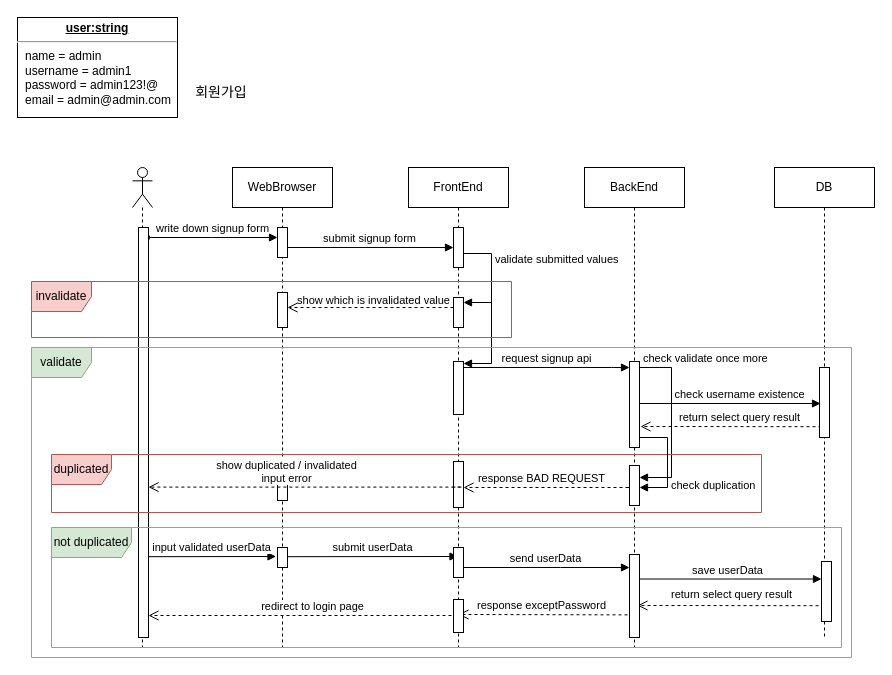
Before: user1차 완료.drawio in sh5080/starRoad, a draw.io diagram. Source tidied: cells renumbered, new cells numbered last; positions are measured from the earlier drawing's top-left corner, leaving out a move shared by most shapes. Both pictures are drawn from the tidied source at 100%, with x=0, y=0 at pixel (17, 17).
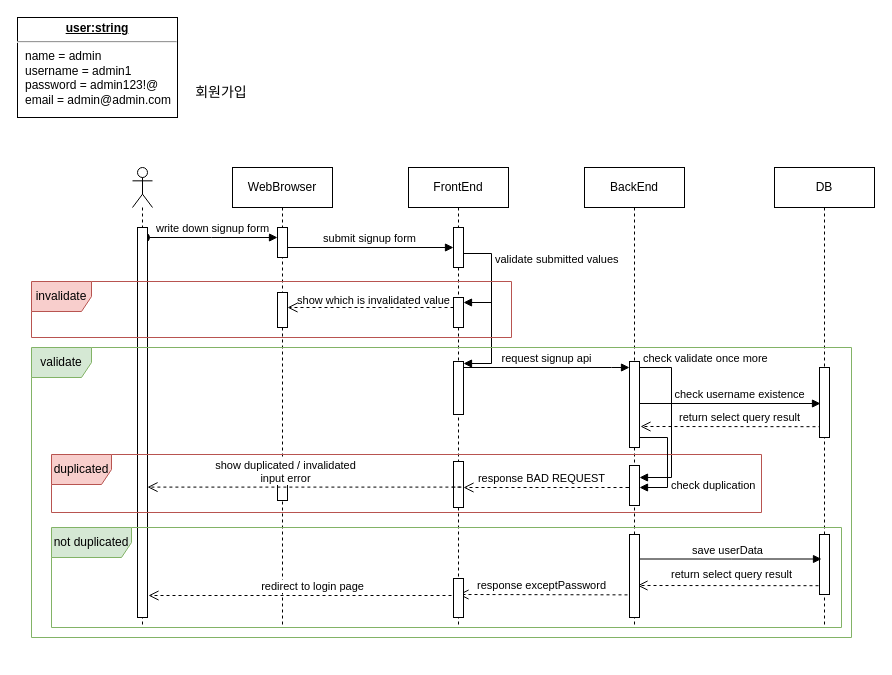
The same diagram, later.

Commit message:
user1차 완료.drawio이 추가되었습니다.

What changed in the source:
```diff
@@
-    <mxCell id="2" value="input validated userData" style="html=1;verticalAlign=bottom;startArrow=none;endArrow=block;startSize=8;edgeStyle=elbowEdgeStyle;elbow=vertical;curved=0;rounded=0;startFill=0;" parent="1" edge="1">
-      <mxGeometry x="0.02" relative="1" as="geometry">
-        <mxPoint x="126" y="539.2" as="sourcePoint" />
-        <mxPoint x="258.5" y="539.4" as="targetPoint" />
-      </mxGeometry>
-    </mxCell>
@@
     <mxCell id="7" value="FrontEnd" style="shape=umlLifeline;perimeter=lifelinePerimeter;whiteSpace=wrap;html=1;outlineConnect=0;portConstraint=eastwest;newEdgeStyle={&quot;edgeStyle&quot;:&quot;elbowEdgeStyle&quot;,&quot;elbow&quot;:&quot;vertical&quot;,&quot;curved&quot;:0,&quot;rounded&quot;:0};" parent="1" vertex="1">
-      <mxGeometry x="391" y="150" width="100" height="480" as="geometry" />
+      <mxGeometry x="391" y="150" width="100" height="460" as="geometry" />
     </mxCell>
@@
     <mxCell id="12" value="BackEnd" style="shape=umlLifeline;perimeter=lifelinePerimeter;whiteSpace=wrap;html=1;newEdgeStyle={&quot;edgeStyle&quot;:&quot;elbowEdgeStyle&quot;,&quot;elbow&quot;:&quot;vertical&quot;,&quot;curved&quot;:0,&quot;rounded&quot;:0};" parent="1" vertex="1">
-      <mxGeometry x="567" y="150" width="100" height="480" as="geometry" />
+      <mxGeometry x="567" y="150" width="100" height="460" as="geometry" />
     </mxCell>
@@
     <mxCell id="16" style="shape=umlLifeline;perimeter=lifelinePerimeter;whiteSpace=wrap;html=1;newEdgeStyle={&quot;edgeStyle&quot;:&quot;elbowEdgeStyle&quot;,&quot;elbow&quot;:&quot;vertical&quot;,&quot;curved&quot;:0,&quot;rounded&quot;:0};participant=umlActor;" parent="1" vertex="1">
-      <mxGeometry x="115" y="150" width="20" height="480" as="geometry" />
+      <mxGeometry x="115" y="150" width="20" height="460" as="geometry" />
     </mxCell>
     <mxCell id="17" style="html=1;points=[];perimeter=orthogonalPerimeter;outlineConnect=0;targetShapes=umlLifeline;portConstraint=eastwest;newEdgeStyle={&quot;edgeStyle&quot;:&quot;elbowEdgeStyle&quot;,&quot;elbow&quot;:&quot;vertical&quot;,&quot;curved&quot;:0,&quot;rounded&quot;:0};" parent="16" vertex="1">
-      <mxGeometry x="6" y="60" width="10" height="410" as="geometry" />
+      <mxGeometry x="5" y="60" width="10" height="390" as="geometry" />
     </mxCell>
@@
     <mxCell id="20" value="WebBrowser" style="shape=umlLifeline;perimeter=lifelinePerimeter;whiteSpace=wrap;html=1;outlineConnect=0;portConstraint=eastwest;newEdgeStyle={&quot;edgeStyle&quot;:&quot;elbowEdgeStyle&quot;,&quot;elbow&quot;:&quot;vertical&quot;,&quot;curved&quot;:0,&quot;rounded&quot;:0};" parent="1" vertex="1">
-      <mxGeometry x="215" y="150" width="100" height="480" as="geometry" />
+      <mxGeometry x="215" y="150" width="100" height="460" as="geometry" />
     </mxCell>
@@
     <mxCell id="22" value="DB" style="shape=umlLifeline;perimeter=lifelinePerimeter;whiteSpace=wrap;html=1;newEdgeStyle={&quot;edgeStyle&quot;:&quot;elbowEdgeStyle&quot;,&quot;elbow&quot;:&quot;vertical&quot;,&quot;curved&quot;:0,&quot;rounded&quot;:0};" parent="1" vertex="1">
-      <mxGeometry x="757" y="150" width="100" height="470" as="geometry" />
+      <mxGeometry x="757" y="150" width="100" height="460" as="geometry" />
     </mxCell>
@@
     <mxCell id="28" value="validate" style="shape=umlFrame;whiteSpace=wrap;html=1;fillColor=#d5e8d4;strokeColor=#82b366;" parent="1" vertex="1">
-      <mxGeometry x="14" y="330" width="820" height="310" as="geometry" />
+      <mxGeometry x="14" y="330" width="820" height="290" as="geometry" />
     </mxCell>
@@
     <mxCell id="36" value="not duplicated" style="shape=umlFrame;whiteSpace=wrap;html=1;fillColor=#d5e8d4;strokeColor=#82b366;width=80;height=30;" parent="1" vertex="1">
-      <mxGeometry x="34" y="510" width="790" height="120" as="geometry" />
+      <mxGeometry x="34" y="510" width="790" height="100" as="geometry" />
     </mxCell>
@@
-    <mxCell id="38" value="send userData" style="html=1;verticalAlign=bottom;startArrow=none;endArrow=block;startSize=8;edgeStyle=elbowEdgeStyle;elbow=vertical;curved=0;rounded=0;startFill=0;" parent="1" edge="1" target="44">
-      <mxGeometry x="0.01" relative="1" as="geometry">
-        <mxPoint x="443" y="550" as="sourcePoint" />
-        <Array as="points">
-          <mxPoint x="543" y="550" />
-        </Array>
-      </mxGeometry>
-    </mxCell>
-    <mxCell id="39" value="submit userData" style="html=1;verticalAlign=bottom;startArrow=none;endArrow=block;startSize=8;edgeStyle=elbowEdgeStyle;elbow=vertical;curved=0;rounded=0;startFill=0;" parent="1" edge="1" target="7">
-      <mxGeometry x="0.02" relative="1" as="geometry">
-        <mxPoint x="266" y="539.2" as="sourcePoint" />
-      </mxGeometry>
-    </mxCell>
     <mxCell id="40" style="html=1;perimeter=orthogonalPerimeter;targetShapes=umlLifeline;newEdgeStyle={&quot;edgeStyle&quot;:&quot;elbowEdgeStyle&quot;,&quot;elbow&quot;:&quot;vertical&quot;,&quot;curved&quot;:0,&quot;rounded&quot;:0};" parent="1" vertex="1">
-      <mxGeometry x="804" y="544" width="10" height="60" as="geometry" />
+      <mxGeometry x="802" y="517" width="10" height="60" as="geometry" />
     </mxCell>
     <mxCell id="41" value="save userData" style="html=1;verticalAlign=bottom;startArrow=none;endArrow=block;startSize=8;edgeStyle=elbowEdgeStyle;elbow=vertical;curved=0;rounded=0;startFill=0;" parent="1" edge="1">
       <mxGeometry x="0.01" relative="1" as="geometry">
-        <mxPoint x="614" y="561.5" as="sourcePoint" />
-        <mxPoint x="804" y="561.5" as="targetPoint" />
+        <mxPoint x="614" y="541.5" as="sourcePoint" />
+        <mxPoint x="804" y="541.5" as="targetPoint" />
         <Array as="points">
-          <mxPoint x="714" y="561.5" />
+          <mxPoint x="714" y="541.5" />
         </Array>
       </mxGeometry>
     </mxCell>
     <mxCell id="42" value="return select query result" style="html=1;verticalAlign=bottom;endArrow=open;dashed=1;endSize=8;edgeStyle=elbowEdgeStyle;elbow=vertical;curved=0;rounded=0;" parent="1" edge="1">
       <mxGeometry x="-0.04" y="-2" relative="1" as="geometry">
-        <mxPoint x="801" y="588.2" as="sourcePoint" />
-        <mxPoint x="620" y="588.1" as="targetPoint" />
+        <mxPoint x="801" y="568.2" as="sourcePoint" />
+        <mxPoint x="620" y="568.1" as="targetPoint" />
       </mxGeometry>
     </mxCell>
     <mxCell id="43" value="response exceptPassword" style="html=1;verticalAlign=bottom;endArrow=open;dashed=1;endSize=8;edgeStyle=elbowEdgeStyle;elbow=vertical;curved=0;rounded=0;" parent="1" edge="1">
       <mxGeometry x="0.08" relative="1" as="geometry">
-        <mxPoint x="622" y="597.4" as="sourcePoint" />
-        <mxPoint x="441" y="597.3" as="targetPoint" />
+        <mxPoint x="622" y="577.4" as="sourcePoint" />
+        <mxPoint x="441" y="577.3" as="targetPoint" />
       </mxGeometry>
     </mxCell>
     <mxCell id="44" style="html=1;points=[];perimeter=orthogonalPerimeter;outlineConnect=0;targetShapes=umlLifeline;portConstraint=eastwest;newEdgeStyle={&quot;edgeStyle&quot;:&quot;elbowEdgeStyle&quot;,&quot;elbow&quot;:&quot;vertical&quot;,&quot;curved&quot;:0,&quot;rounded&quot;:0};" parent="1" vertex="1">
-      <mxGeometry x="612" y="537" width="10" height="83" as="geometry" />
+      <mxGeometry x="612" y="517" width="10" height="83" as="geometry" />
     </mxCell>
-    <mxCell id="45" value="redirect to login page" style="html=1;verticalAlign=bottom;endArrow=open;dashed=1;endSize=8;edgeStyle=elbowEdgeStyle;elbow=vertical;curved=0;rounded=0;" parent="1" edge="1" target="17">
+    <mxCell id="45" value="redirect to login page" style="html=1;verticalAlign=bottom;endArrow=open;dashed=1;endSize=8;edgeStyle=elbowEdgeStyle;elbow=vertical;curved=0;rounded=0;" parent="1" edge="1">
       <mxGeometry x="-0.08" relative="1" as="geometry">
-        <mxPoint x="434" y="598" as="sourcePoint" />
+        <mxPoint x="434" y="578" as="sourcePoint" />
+        <mxPoint x="131" y="578" as="targetPoint" />
         <Array as="points">
-          <mxPoint x="344" y="598" />
+          <mxPoint x="344" y="578" />
         </Array>
       </mxGeometry>
     </mxCell>
-    <mxCell id="46" style="html=1;perimeter=orthogonalPerimeter;targetShapes=umlLifeline;newEdgeStyle={&quot;edgeStyle&quot;:&quot;elbowEdgeStyle&quot;,&quot;elbow&quot;:&quot;vertical&quot;,&quot;curved&quot;:0,&quot;rounded&quot;:0};" parent="1" vertex="1">
-      <mxGeometry x="260" y="530" width="10" height="20" as="geometry" />
-    </mxCell>
-    <mxCell id="47" style="html=1;perimeter=orthogonalPerimeter;targetShapes=umlLifeline;newEdgeStyle={&quot;edgeStyle&quot;:&quot;elbowEdgeStyle&quot;,&quot;elbow&quot;:&quot;vertical&quot;,&quot;curved&quot;:0,&quot;rounded&quot;:0};" parent="1" vertex="1">
-      <mxGeometry x="436" y="530" width="10" height="30" as="geometry" />
-    </mxCell>
     <mxCell id="48" style="html=1;perimeter=orthogonalPerimeter;targetShapes=umlLifeline;newEdgeStyle={&quot;edgeStyle&quot;:&quot;elbowEdgeStyle&quot;,&quot;elbow&quot;:&quot;vertical&quot;,&quot;curved&quot;:0,&quot;rounded&quot;:0};" parent="1" vertex="1">
-      <mxGeometry x="436" y="582" width="10" height="33" as="geometry" />
+      <mxGeometry x="436" y="561" width="10" height="39" as="geometry" />
     </mxCell>
```
